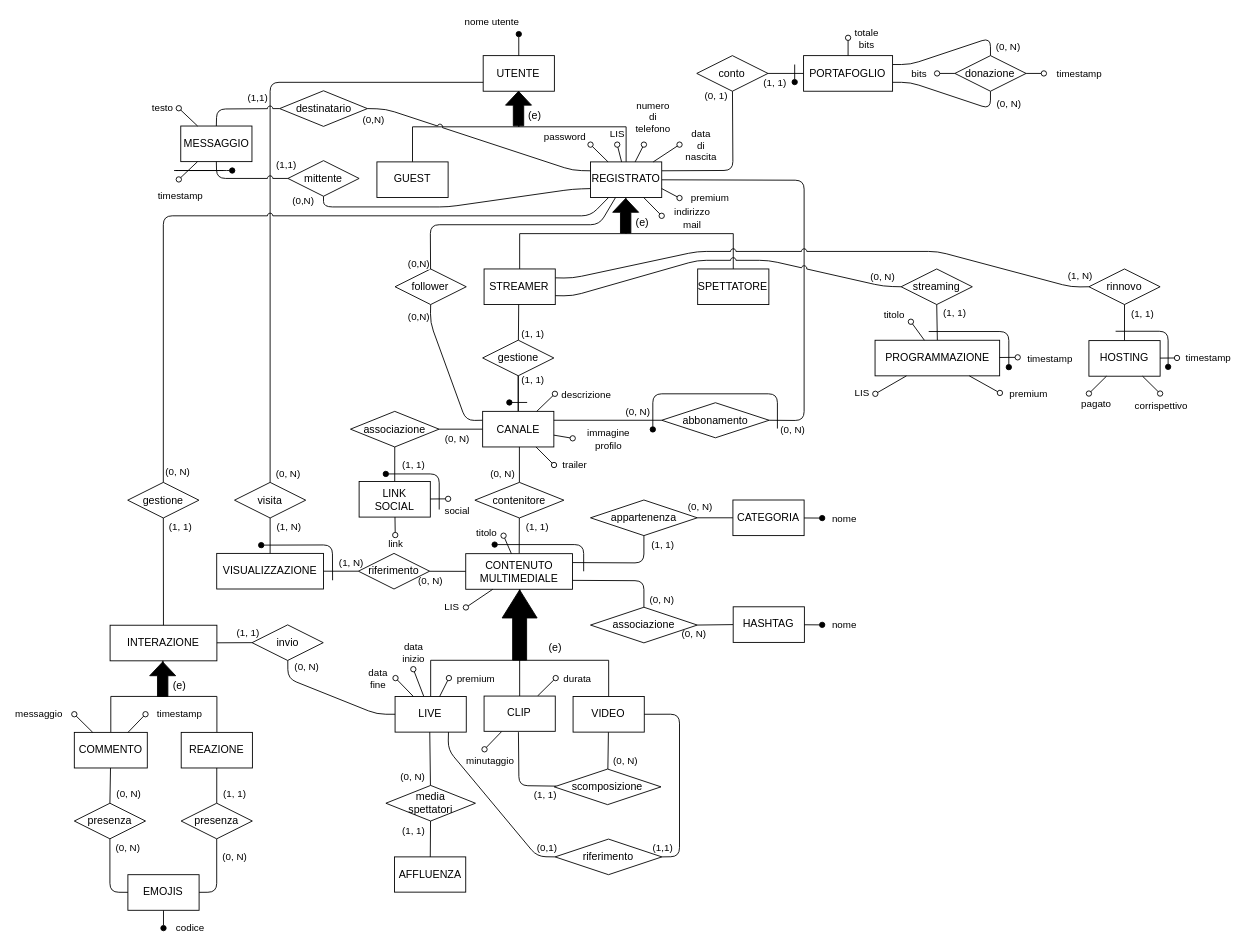
Mattron2000/Basi_di_dati keeps this draw.io diagram as Progetto Esame - DBSperimentazioni A.A. 2023-2024/Diagrammi/1.5 Schema E-R copy.drawio. Above is the earlier version. Source tidied: cells renumbered, new cells numbered last; positions are measured from the earlier drawing's top-left corner, leaving out a move shared by most shapes. Both pictures are drawn from the tidied source at 89%, with x=0, y=0 at pixel (74, 34).
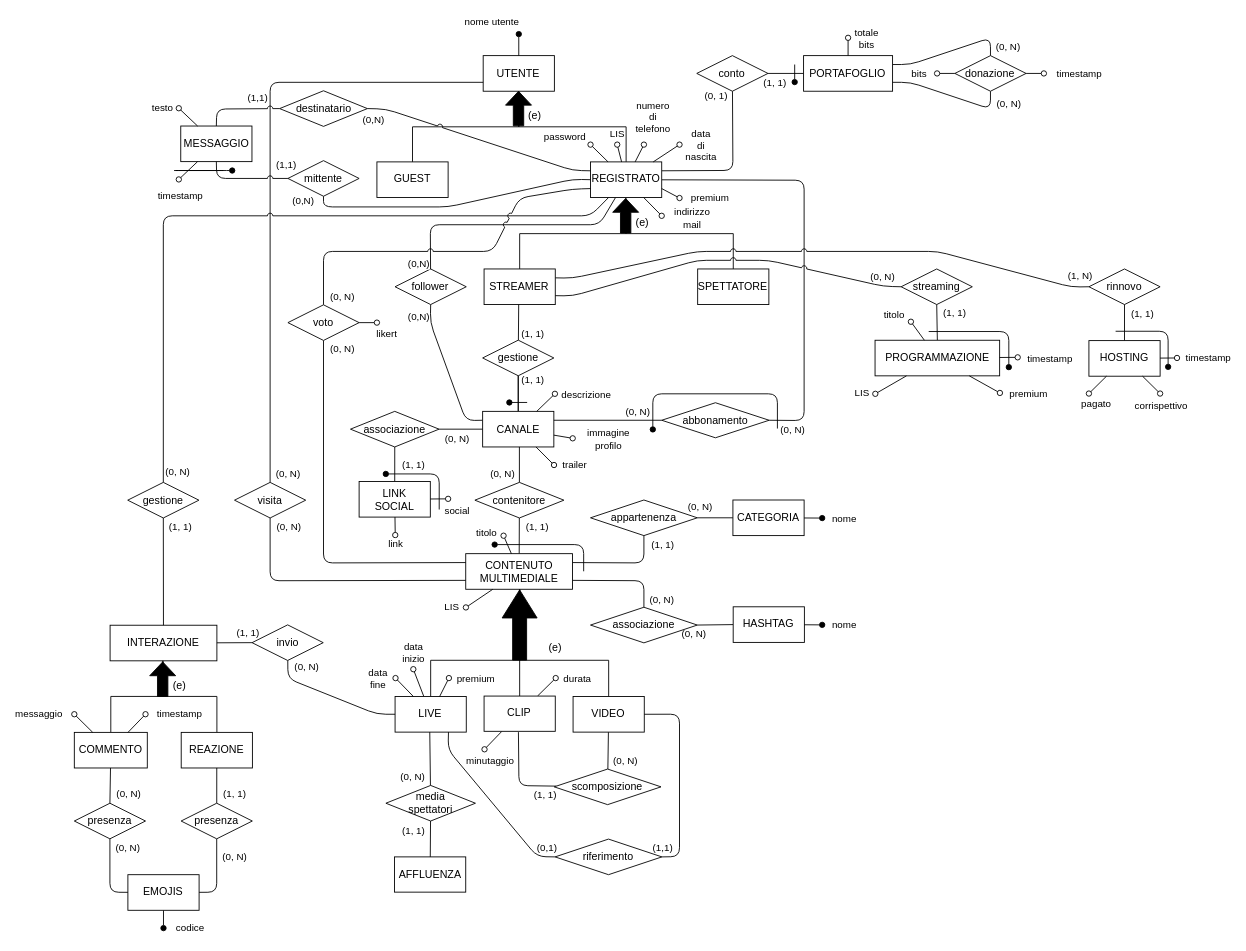
Above is the later version.

The change refers to these unchanged cells:
```xml
<mxCell id="10" value="REGISTRATO" style="whiteSpace=wrap;html=1;" parent="1" vertex="1">
  <mxGeometry x="580" y="143.4" width="80" height="40" as="geometry" />
</mxCell>
<mxCell id="110" value="CONTENUTO&lt;br&gt;MULTIMEDIALE" style="rounded=0;whiteSpace=wrap;html=1;" parent="1" vertex="1">
  <mxGeometry x="439.8" y="583.6" width="120" height="40" as="geometry" />
</mxCell>
<mxCell id="170" value="visita" style="rhombus;whiteSpace=wrap;html=1;" parent="1" vertex="1">
  <mxGeometry x="180" y="503.5" width="80" height="40" as="geometry" />
</mxCell>
<mxCell id="207" value="mittente" style="rhombus;whiteSpace=wrap;html=1;" parent="1" vertex="1">
  <mxGeometry x="240" y="142" width="80" height="40" as="geometry" />
</mxCell>
```

Change to the diagram source:
```diff
@@
-    <mxCell id="9" style="edgeStyle=none;html=1;exitX=0;exitY=0.75;exitDx=0;exitDy=0;entryX=0.5;entryY=1;entryDx=0;entryDy=0;endArrow=none;endFill=0;jumpStyle=arc;" parent="1" edge="1" source="10" target="207">
+    <mxCell id="9" style="edgeStyle=none;html=1;exitX=0;exitY=0.5;exitDx=0;exitDy=0;entryX=0.5;entryY=1;entryDx=0;entryDy=0;endArrow=none;endFill=0;jumpStyle=arc;" parent="1" edge="1" source="10" target="207">
       <mxGeometry relative="1" as="geometry">
         <Array as="points">
-          <mxPoint x="560" y="174" />
+          <mxPoint x="560" y="163" />
           <mxPoint x="420" y="194" />
           <mxPoint x="340" y="194" />
           <mxPoint x="280" y="194" />
         </Array>
       </mxGeometry>
     </mxCell>
@@
-    <mxCell id="161" style="edgeStyle=none;html=1;exitX=0;exitY=0.5;exitDx=0;exitDy=0;entryX=1;entryY=0.5;entryDx=0;entryDy=0;endArrow=none;endFill=0;" parent="1" edge="1" source="164" target="166">
-      <mxGeometry relative="1" as="geometry" />
-    </mxCell>
-    <mxCell id="162" value="(1, N)" style="edgeLabel;html=1;align=center;verticalAlign=middle;fontSize=11;fontFamily=Helvetica;fontColor=default;" parent="161" vertex="1">
-      <mxGeometry x="-0.19" y="-4" relative="1" as="geometry">
-        <mxPoint x="7" y="-6" as="offset" />
-      </mxGeometry>
-    </mxCell>
-    <mxCell id="163" value="&lt;span style=&quot;color: rgb(0, 0, 0); font-family: Helvetica; font-size: 11px; font-style: normal; font-variant-ligatures: normal; font-variant-caps: normal; font-weight: 400; letter-spacing: normal; orphans: 2; text-align: center; text-indent: 0px; text-transform: none; widows: 2; word-spacing: 0px; -webkit-text-stroke-width: 0px; background-color: rgb(255, 255, 255); text-decoration-thickness: initial; text-decoration-style: initial; text-decoration-color: initial; float: none; display: inline !important;&quot;&gt;(0, N)&lt;/span&gt;" style="edgeStyle=none;html=1;endArrow=none;endFill=0;jumpStyle=arc;" parent="1" edge="1" source="164" target="110">
-      <mxGeometry x="-0.95" y="-11" relative="1" as="geometry" />
-    </mxCell>
-    <mxCell id="164" value="riferimento" style="rhombus;whiteSpace=wrap;html=1;" parent="1" vertex="1">
-      <mxGeometry x="319.2" y="583.3" width="80" height="40" as="geometry" />
-    </mxCell>
-    <mxCell id="165" style="endArrow=oval;html=1;fillStyle=auto;strokeWidth=1;startSize=6;endSize=6;fillColor=#000000;startArrow=none;startFill=0;endFill=1;" parent="1" edge="1">
-      <mxGeometry relative="1" as="geometry">
-        <mxPoint x="290.2" y="613.5" as="sourcePoint" />
-        <mxPoint x="210" y="574" as="targetPoint" />
-        <Array as="points">
-          <mxPoint x="290" y="573.8" />
-        </Array>
-      </mxGeometry>
-    </mxCell>
-    <mxCell id="166" value="VISUALIZZAZIONE" style="rounded=0;whiteSpace=wrap;html=1;" parent="1" vertex="1">
-      <mxGeometry x="160" y="583.3" width="120" height="40" as="geometry" />
-    </mxCell>
-    <mxCell id="167" style="edgeStyle=none;html=1;exitX=0.5;exitY=1;exitDx=0;exitDy=0;entryX=0.5;entryY=0;entryDx=0;entryDy=0;endArrow=none;endFill=0;" parent="1" edge="1" source="170" target="166">
-      <mxGeometry relative="1" as="geometry" />
+    <mxCell id="167" style="edgeStyle=none;html=1;exitX=0.5;exitY=1;exitDx=0;exitDy=0;entryX=0;entryY=0.75;entryDx=0;entryDy=0;endArrow=none;endFill=0;" parent="1" edge="1" source="170" target="110">
+      <mxGeometry relative="1" as="geometry">
+        <Array as="points">
+          <mxPoint x="220" y="614" />
+        </Array>
+      </mxGeometry>
     </mxCell>
-    <mxCell id="168" value="(1, N)" style="edgeLabel;html=1;align=center;verticalAlign=middle;fontSize=11;fontFamily=Helvetica;fontColor=default;" parent="167" vertex="1">
+    <mxCell id="168" value="(0, N)" style="edgeLabel;html=1;align=center;verticalAlign=middle;fontSize=11;fontFamily=Helvetica;fontColor=default;" parent="167" vertex="1">
       <mxGeometry x="-0.19" y="4" relative="1" as="geometry">
-        <mxPoint x="16" y="-6" as="offset" />
+        <mxPoint x="-27" y="-56" as="offset" />
       </mxGeometry>
     </mxCell>
@@
+    <mxCell id="219" style="edgeStyle=none;html=1;exitX=0.5;exitY=0;exitDx=0;exitDy=0;entryX=0;entryY=0.75;entryDx=0;entryDy=0;endArrow=none;endFill=0;jumpStyle=arc;" parent="1" edge="1" source="223" target="10">
+      <mxGeometry relative="1" as="geometry">
+        <Array as="points">
+          <mxPoint x="280" y="284" />
+          <mxPoint x="280" y="244" />
+          <mxPoint x="470" y="244" />
+          <mxPoint x="500" y="184" />
+          <mxPoint x="560" y="174" />
+        </Array>
+      </mxGeometry>
+    </mxCell>
+    <mxCell id="220" value="(0, N)" style="edgeLabel;html=1;align=center;verticalAlign=middle;" parent="219" vertex="1">
+      <mxGeometry x="-0.84" y="-2" relative="1" as="geometry">
+        <mxPoint x="18" y="22" as="offset" />
+      </mxGeometry>
+    </mxCell>
+    <mxCell id="221" style="edgeStyle=none;jumpStyle=arc;html=1;exitX=0.5;exitY=1;exitDx=0;exitDy=0;entryX=0;entryY=0.25;entryDx=0;entryDy=0;endArrow=none;endFill=0;" parent="1" edge="1" source="223" target="110">
+      <mxGeometry relative="1" as="geometry">
+        <Array as="points">
+          <mxPoint x="280" y="594" />
+        </Array>
+      </mxGeometry>
+    </mxCell>
+    <mxCell id="222" value="(0, N)" style="edgeLabel;html=1;align=center;verticalAlign=middle;" parent="221" vertex="1">
+      <mxGeometry x="-0.9" relative="1" as="geometry">
+        <mxPoint x="20" y="-11" as="offset" />
+      </mxGeometry>
+    </mxCell>
+    <mxCell id="223" value="voto" style="rhombus;whiteSpace=wrap;html=1;" parent="1" vertex="1">
+      <mxGeometry x="240" y="304" width="80" height="40" as="geometry" />
+    </mxCell>
+    <mxCell id="224" style="endArrow=oval;html=1;fillStyle=auto;strokeWidth=1;startSize=6;endSize=6;fillColor=#000000;startArrow=none;startFill=0;endFill=0;" parent="1" edge="1" source="223">
+      <mxGeometry relative="1" as="geometry">
+        <mxPoint x="340" y="324" as="targetPoint" />
+      </mxGeometry>
+    </mxCell>
+    <mxCell id="225" value="likert" style="edgeLabel;html=1;align=center;verticalAlign=middle;" parent="224" vertex="1">
+      <mxGeometry x="0.48" y="1" relative="1" as="geometry">
+        <mxPoint x="15" y="13" as="offset" />
+      </mxGeometry>
+    </mxCell>
```
